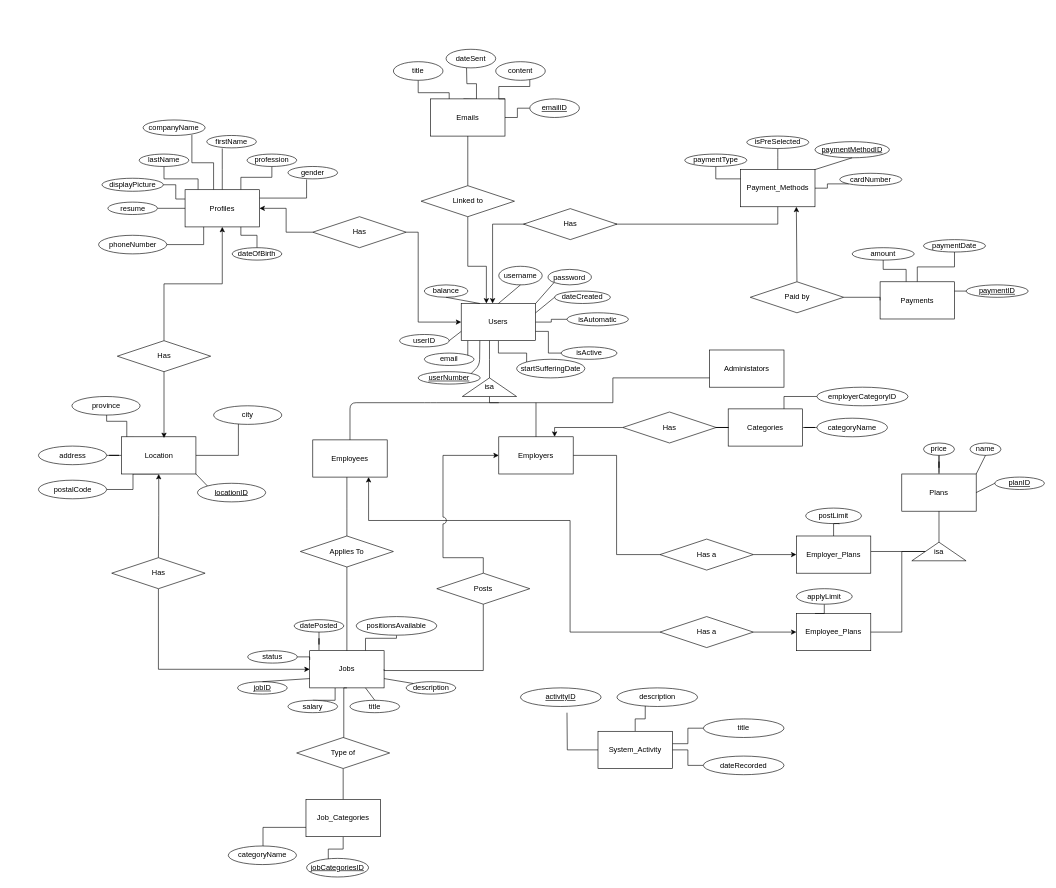
Earlier version of the draw.io diagram docs/comp-353-project-ER.drawio (gordonpn/web-career-portal-clone). Source tidied: cells renumbered, new cells numbered last; positions are measured from the earlier drawing's top-left corner, leaving out a move shared by most shapes. Both pictures are drawn from the tidied source at 62%, with x=0, y=0 at pixel (38, 49).
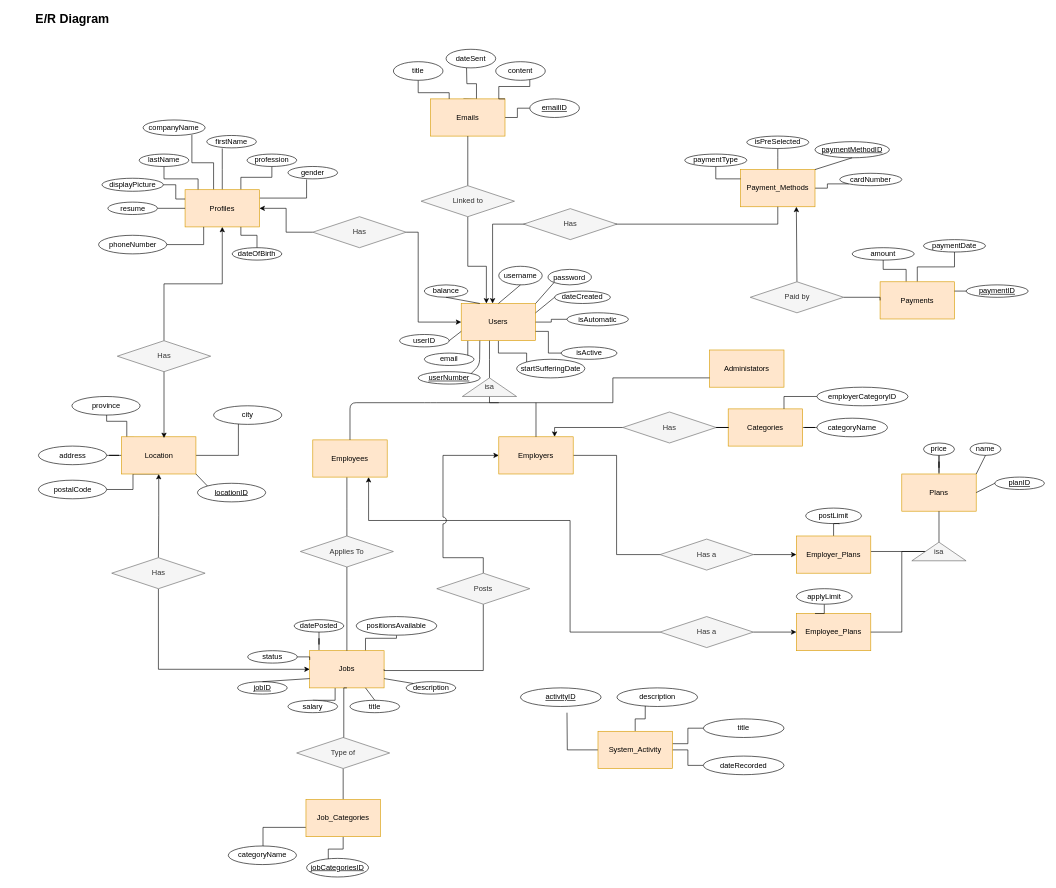
The same diagram, later.

Diff of the diagram source:
```diff
@@
-    <mxCell id="2" value="Administators" style="rounded=0;whiteSpace=wrap;html=1;" parent="1" vertex="1">
+    <mxCell id="2" value="Administators" style="rounded=0;whiteSpace=wrap;html=1;fillColor=#ffe6cc;strokeColor=#d79b00;" parent="1" vertex="1">
       <mxGeometry x="1082" y="485" width="120" height="60" as="geometry" />
     </mxCell>
@@
-    <mxCell id="5" value="Employees" style="rounded=0;whiteSpace=wrap;html=1;" parent="1" vertex="1">
+    <mxCell id="5" value="Employees" style="rounded=0;whiteSpace=wrap;html=1;fillColor=#ffe6cc;strokeColor=#d79b00;" parent="1" vertex="1">
       <mxGeometry x="442" y="630" width="120" height="60" as="geometry" />
     </mxCell>
@@
-    <mxCell id="10" value="Users" style="rounded=0;whiteSpace=wrap;html=1;" parent="1" vertex="1">
+    <mxCell id="10" value="Users" style="rounded=0;whiteSpace=wrap;html=1;fillColor=#ffe6cc;strokeColor=#d79b00;" parent="1" vertex="1">
       <mxGeometry x="681.4" y="410" width="120" height="60" as="geometry" />
     </mxCell>
@@
-    <mxCell id="13" value="Employers" style="rounded=0;whiteSpace=wrap;html=1;" parent="1" vertex="1">
+    <mxCell id="13" value="Employers" style="rounded=0;whiteSpace=wrap;html=1;fillColor=#ffe6cc;strokeColor=#d79b00;" parent="1" vertex="1">
       <mxGeometry x="742" y="625" width="120" height="60" as="geometry" />
     </mxCell>
@@
-    <mxCell id="24" value="isa" style="triangle;whiteSpace=wrap;html=1;direction=north;" parent="1" vertex="1">
+    <mxCell id="24" value="isa" style="triangle;whiteSpace=wrap;html=1;direction=north;fillColor=#f5f5f5;strokeColor=#666666;fontColor=#333333;" parent="1" vertex="1">
       <mxGeometry x="683.2" y="530" width="87.5" height="30" as="geometry" />
     </mxCell>
@@
-    <mxCell id="30" value="Jobs" style="rounded=0;whiteSpace=wrap;html=1;" parent="1" vertex="1">
+    <mxCell id="30" value="Jobs" style="rounded=0;whiteSpace=wrap;html=1;fillColor=#ffe6cc;strokeColor=#d79b00;" parent="1" vertex="1">
       <mxGeometry x="437" y="970" width="120" height="60" as="geometry" />
     </mxCell>
@@
-    <mxCell id="43" value="Applies To" style="rhombus;whiteSpace=wrap;html=1;" parent="1" vertex="1">
+    <mxCell id="43" value="Applies To" style="rhombus;whiteSpace=wrap;html=1;fillColor=#f5f5f5;strokeColor=#666666;fontColor=#333333;" parent="1" vertex="1">
       <mxGeometry x="422" y="785" width="150" height="50" as="geometry" />
     </mxCell>
@@
-    <mxCell id="53" value="Profiles" style="rounded=0;whiteSpace=wrap;html=1;" parent="1" vertex="1">
+    <mxCell id="53" value="Profiles" style="rounded=0;whiteSpace=wrap;html=1;fillColor=#ffe6cc;strokeColor=#d79b00;" parent="1" vertex="1">
       <mxGeometry x="236" y="226.5" width="120" height="60" as="geometry" />
     </mxCell>
@@
-    <mxCell id="64" value="Plans" style="rounded=0;whiteSpace=wrap;html=1;" parent="1" vertex="1">
+    <mxCell id="64" value="Plans" style="rounded=0;whiteSpace=wrap;html=1;fillColor=#ffe6cc;strokeColor=#d79b00;" parent="1" vertex="1">
       <mxGeometry x="1392" y="685" width="120" height="60" as="geometry" />
     </mxCell>
@@
-    <mxCell id="68" value="Has a" style="rhombus;whiteSpace=wrap;html=1;rounded=0;" parent="1" vertex="1">
+    <mxCell id="68" value="Has a" style="rhombus;whiteSpace=wrap;html=1;rounded=0;fillColor=#f5f5f5;strokeColor=#666666;fontColor=#333333;" parent="1" vertex="1">
       <mxGeometry x="1002" y="915" width="150.6" height="50" as="geometry" />
     </mxCell>
@@
-    <mxCell id="74" value="Employer_Plans" style="rounded=0;whiteSpace=wrap;html=1;" parent="1" vertex="1">
+    <mxCell id="74" value="Employer_Plans" style="rounded=0;whiteSpace=wrap;html=1;fillColor=#ffe6cc;strokeColor=#d79b00;" parent="1" vertex="1">
       <mxGeometry x="1222" y="785" width="120" height="60" as="geometry" />
     </mxCell>
-    <mxCell id="75" value="Employee_Plans" style="rounded=0;whiteSpace=wrap;html=1;" parent="1" vertex="1">
+    <mxCell id="75" value="Employee_Plans" style="rounded=0;whiteSpace=wrap;html=1;fillColor=#ffe6cc;strokeColor=#d79b00;" parent="1" vertex="1">
       <mxGeometry x="1222" y="910" width="120" height="60" as="geometry" />
     </mxCell>
@@
-    <mxCell id="78" value="isa" style="triangle;whiteSpace=wrap;html=1;direction=north;" parent="1" vertex="1">
+    <mxCell id="78" value="isa" style="triangle;whiteSpace=wrap;html=1;direction=north;fillColor=#f5f5f5;strokeColor=#666666;fontColor=#333333;" parent="1" vertex="1">
       <mxGeometry x="1408.2" y="795" width="87.5" height="30" as="geometry" />
     </mxCell>
@@
-    <mxCell id="80" value="Has a" style="rhombus;whiteSpace=wrap;html=1;rounded=0;" parent="1" vertex="1">
+    <mxCell id="80" value="Has a" style="rhombus;whiteSpace=wrap;html=1;rounded=0;fillColor=#f5f5f5;strokeColor=#666666;fontColor=#333333;" parent="1" vertex="1">
       <mxGeometry x="1002" y="790" width="150.6" height="50" as="geometry" />
     </mxCell>
@@
-    <mxCell id="85" value="Posts" style="rhombus;whiteSpace=wrap;html=1;" parent="1" vertex="1">
+    <mxCell id="85" value="Posts" style="rhombus;whiteSpace=wrap;html=1;fillColor=#f5f5f5;strokeColor=#666666;fontColor=#333333;" parent="1" vertex="1">
       <mxGeometry x="642" y="845" width="150" height="50" as="geometry" />
     </mxCell>
@@
-    <mxCell id="89" value="Payment_Methods" style="rounded=0;whiteSpace=wrap;html=1;" parent="1" vertex="1">
+    <mxCell id="89" value="Payment_Methods" style="rounded=0;whiteSpace=wrap;html=1;fillColor=#ffe6cc;strokeColor=#d79b00;" parent="1" vertex="1">
       <mxGeometry x="1132" y="194" width="120" height="60" as="geometry" />
     </mxCell>
@@
-    <mxCell id="99" value="Has" style="rhombus;whiteSpace=wrap;html=1;rounded=0;" parent="1" vertex="1">
+    <mxCell id="99" value="Has" style="rhombus;whiteSpace=wrap;html=1;rounded=0;fillColor=#f5f5f5;strokeColor=#666666;fontColor=#333333;" parent="1" vertex="1">
       <mxGeometry x="782" y="257" width="150.6" height="50" as="geometry" />
     </mxCell>
@@
-    <mxCell id="106" value="Location" style="rounded=0;whiteSpace=wrap;html=1;" parent="1" vertex="1">
+    <mxCell id="106" value="Location" style="rounded=0;whiteSpace=wrap;html=1;fillColor=#ffe6cc;strokeColor=#d79b00;" parent="1" vertex="1">
       <mxGeometry x="133.5" y="625" width="120" height="60" as="geometry" />
     </mxCell>
@@
-    <mxCell id="118" value="Has" style="rhombus;whiteSpace=wrap;html=1;rounded=0;" parent="1" vertex="1">
+    <mxCell id="118" value="Has" style="rhombus;whiteSpace=wrap;html=1;rounded=0;fillColor=#f5f5f5;strokeColor=#666666;fontColor=#333333;" parent="1" vertex="1">
       <mxGeometry x="442" y="270" width="150.6" height="50" as="geometry" />
     </mxCell>
@@
-    <mxCell id="120" value="Has" style="rhombus;whiteSpace=wrap;html=1;rounded=0;" parent="1" vertex="1">
+    <mxCell id="120" value="Has" style="rhombus;whiteSpace=wrap;html=1;rounded=0;fillColor=#f5f5f5;strokeColor=#666666;fontColor=#333333;" parent="1" vertex="1">
       <mxGeometry x="126.7" y="470" width="150.6" height="50" as="geometry" />
     </mxCell>
-    <mxCell id="121" value="Has" style="rhombus;whiteSpace=wrap;html=1;rounded=0;" parent="1" vertex="1">
+    <mxCell id="121" value="Has" style="rhombus;whiteSpace=wrap;html=1;rounded=0;fillColor=#f5f5f5;strokeColor=#666666;fontColor=#333333;" parent="1" vertex="1">
       <mxGeometry x="117.7" y="820" width="150.6" height="50" as="geometry" />
     </mxCell>
@@
-    <mxCell id="125" value="Payments" style="rounded=0;whiteSpace=wrap;html=1;" parent="1" vertex="1">
+    <mxCell id="125" value="Payments" style="rounded=0;whiteSpace=wrap;html=1;fillColor=#ffe6cc;strokeColor=#d79b00;" parent="1" vertex="1">
       <mxGeometry x="1357" y="375" width="120" height="60" as="geometry" />
     </mxCell>
@@
-    <mxCell id="132" value="Job_Categories" style="rounded=0;whiteSpace=wrap;html=1;" parent="1" vertex="1">
+    <mxCell id="132" value="Job_Categories" style="rounded=0;whiteSpace=wrap;html=1;fillColor=#ffe6cc;strokeColor=#d79b00;" parent="1" vertex="1">
       <mxGeometry x="431" y="1210" width="120" height="60" as="geometry" />
     </mxCell>
@@
-    <mxCell id="135" value="Type of" style="rhombus;whiteSpace=wrap;html=1;" parent="1" vertex="1">
+    <mxCell id="135" value="Type of" style="rhombus;whiteSpace=wrap;html=1;fillColor=#f5f5f5;strokeColor=#666666;fontColor=#333333;" parent="1" vertex="1">
       <mxGeometry x="416" y="1110" width="150" height="50" as="geometry" />
     </mxCell>
@@
-    <mxCell id="145" value="Paid by" style="rhombus;whiteSpace=wrap;html=1;rounded=0;" parent="1" vertex="1">
+    <mxCell id="145" value="Paid by" style="rhombus;whiteSpace=wrap;html=1;rounded=0;fillColor=#f5f5f5;strokeColor=#666666;fontColor=#333333;" parent="1" vertex="1">
       <mxGeometry x="1147.6" y="375" width="150.6" height="50" as="geometry" />
     </mxCell>
@@
-    <mxCell id="147" value="Categories" style="rounded=0;whiteSpace=wrap;html=1;" parent="1" vertex="1">
+    <mxCell id="147" value="Categories" style="rounded=0;whiteSpace=wrap;html=1;fillColor=#ffe6cc;strokeColor=#d79b00;" parent="1" vertex="1">
       <mxGeometry x="1112" y="580" width="120" height="60" as="geometry" />
     </mxCell>
@@
-    <mxCell id="150" value="Has" style="rhombus;whiteSpace=wrap;html=1;rounded=0;" parent="1" vertex="1">
+    <mxCell id="150" value="Has" style="rhombus;whiteSpace=wrap;html=1;rounded=0;fillColor=#f5f5f5;strokeColor=#666666;fontColor=#333333;" parent="1" vertex="1">
       <mxGeometry x="942" y="585" width="150.6" height="50" as="geometry" />
     </mxCell>
@@
-    <mxCell id="154" value="Emails" style="rounded=0;whiteSpace=wrap;html=1;" parent="1" vertex="1">
+    <mxCell id="154" value="Emails" style="rounded=0;whiteSpace=wrap;html=1;fillColor=#ffe6cc;strokeColor=#d79b00;" parent="1" vertex="1">
       <mxGeometry x="632" y="80" width="120" height="60" as="geometry" />
     </mxCell>
@@
-    <mxCell id="156" value="Linked to" style="rhombus;whiteSpace=wrap;html=1;rounded=0;" parent="1" vertex="1">
+    <mxCell id="156" value="Linked to" style="rhombus;whiteSpace=wrap;html=1;rounded=0;fillColor=#f5f5f5;strokeColor=#666666;fontColor=#333333;" parent="1" vertex="1">
       <mxGeometry x="616.7" y="220" width="150.6" height="50" as="geometry" />
     </mxCell>
@@
-    <mxCell id="171" value="System_Activity" style="rounded=0;whiteSpace=wrap;html=1;" parent="1" vertex="1">
+    <mxCell id="171" value="System_Activity" style="rounded=0;whiteSpace=wrap;html=1;fillColor=#ffe6cc;strokeColor=#d79b00;" parent="1" vertex="1">
       <mxGeometry x="902" y="1100" width="120" height="60" as="geometry" />
     </mxCell>
@@
+    <mxCell id="178" value="E/R Diagram" style="text;html=1;strokeColor=none;fillColor=none;align=center;verticalAlign=middle;whiteSpace=wrap;rounded=0;fontSize=20;fontStyle=1;" parent="1" vertex="1">
+      <mxGeometry x="-45.8" y="-60" width="200.5" height="20" as="geometry" />
+    </mxCell>
```
